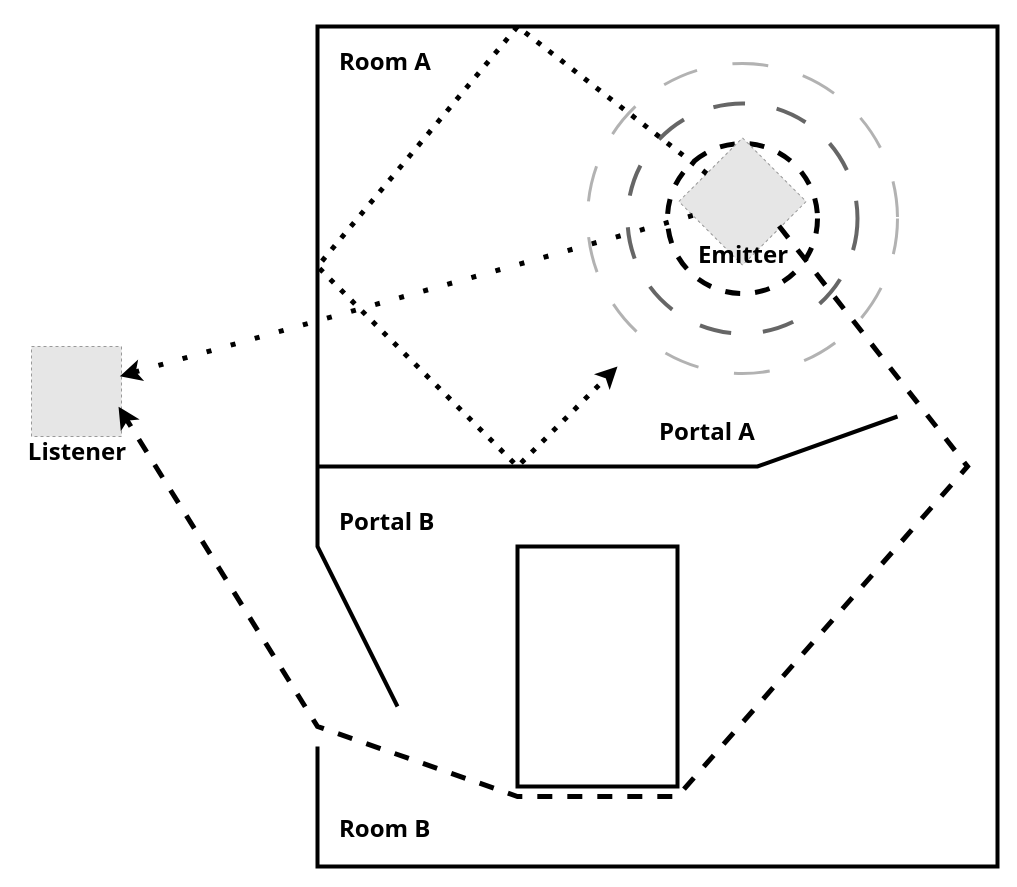
Before: public/src/audio-spatialization/reflect-reverb-diffraction-transmission.drawio in SounDoer/Game-Audio-Design-Slidev, a draw.io diagram. Source tidied: cells renumbered, new cells numbered last; positions are measured from the earlier drawing's top-left corner, leaving out a move shared by most shapes. Both pictures are drawn from the tidied source at 100%, with x=0, y=0 at pixel (17, 26). Pictures stored in the file or linked from it are replaced by grey dashed boxes.
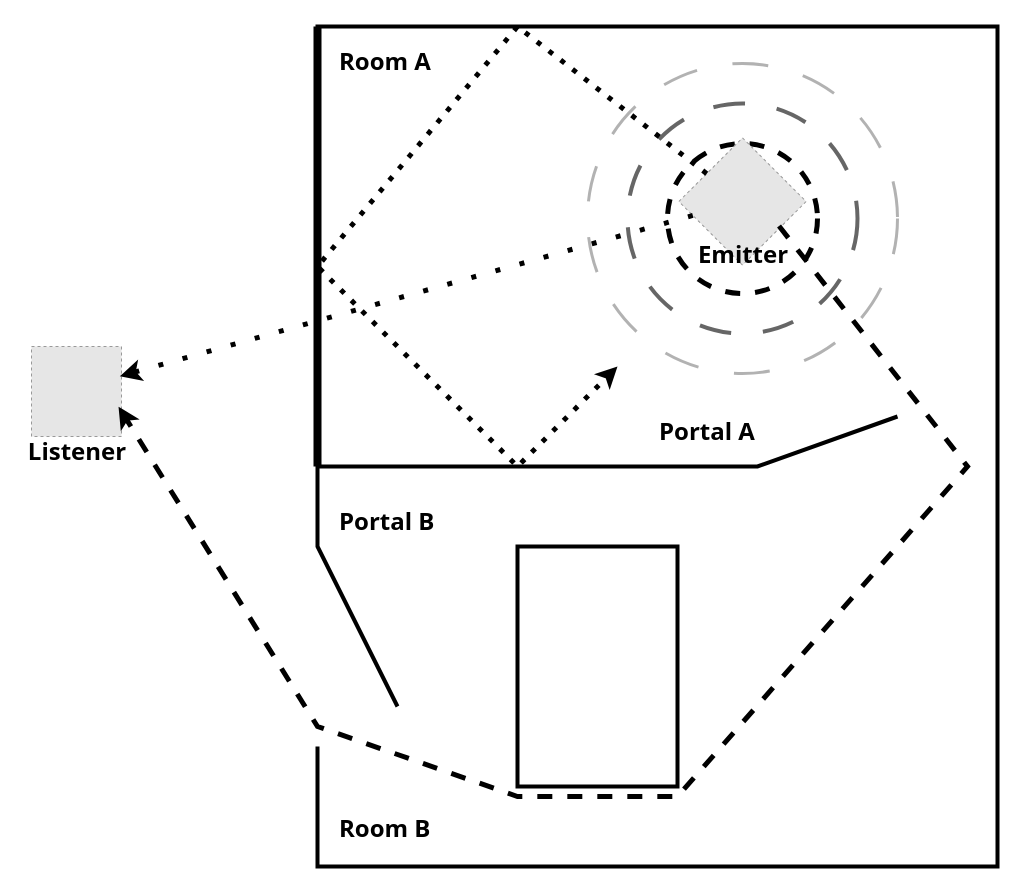
The same diagram, later.

Diff of the diagram source:
```diff
@@
+    <mxCell id="21" style="endArrow=none;html=1;rounded=0;strokeWidth=8;strokeColor=light-dark(#000000,#CC6600);" parent="15" edge="1">
+      <mxGeometry relative="1" as="geometry">
+        <mxPoint x="300" as="sourcePoint" />
+        <mxPoint x="300" y="440" as="targetPoint" />
+      </mxGeometry>
+    </mxCell>
```
